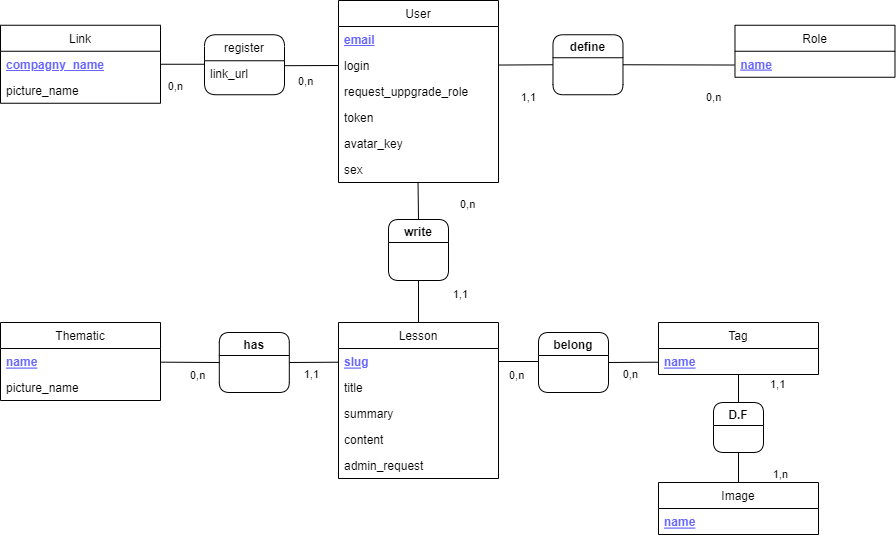
Above: data/MCD.drawio.png in aviateur22/mylesson_v2_back (draw.io), before the change. Source tidied: cells renumbered, new cells last; positions are measured from the earlier drawing's top-left corner, leaving out a move shared by most shapes.
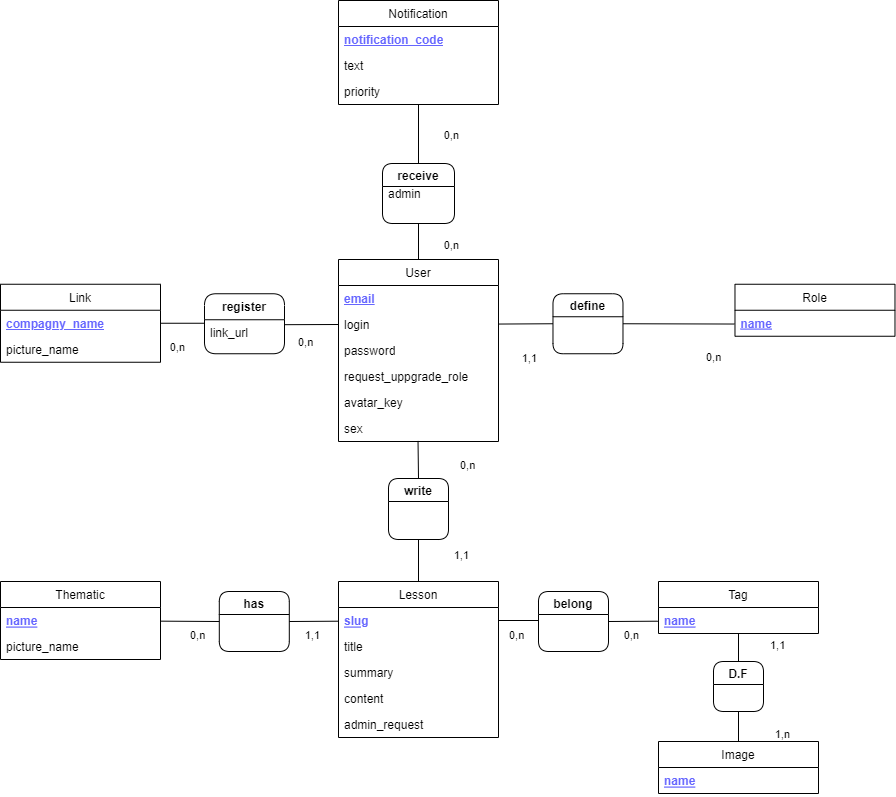
After the commit.

Change to the diagram source:
```diff
@@ -11,12 +11,12 @@
     <mxCell id="4" value="login" style="text;strokeColor=none;fillColor=none;align=left;verticalAlign=top;spacingLeft=4;spacingRight=4;overflow=hidden;points=[[0,0.5],[1,0.5]];portConstraint=eastwest;" parent="2" vertex="1">
       <mxGeometry y="52" width="160" height="26" as="geometry" />
     </mxCell>
+    <mxCell id="58" value="&lt;span style=&quot;font-weight: normal&quot;&gt;&lt;font color=&quot;#000000&quot;&gt;password&lt;/font&gt;&lt;/span&gt;" style="text;strokeColor=none;fillColor=none;align=left;verticalAlign=top;spacingLeft=4;spacingRight=4;overflow=hidden;fontStyle=1;fontColor=#6666FF;html=1;strokeWidth=0;" parent="2" vertex="1">
+      <mxGeometry y="78" width="160" height="26" as="geometry" />
+    </mxCell>
     <mxCell id="5" value="request_uppgrade_role" style="text;strokeColor=none;fillColor=none;align=left;verticalAlign=top;spacingLeft=4;spacingRight=4;overflow=hidden;" parent="2" vertex="1">
-      <mxGeometry y="78" width="160" height="26" as="geometry" />
+      <mxGeometry y="104" width="160" height="26" as="geometry" />
     </mxCell>
-    <mxCell id="6" value="token" style="text;strokeColor=none;fillColor=none;align=left;verticalAlign=top;spacingLeft=4;spacingRight=4;overflow=hidden;" parent="2" vertex="1">
-      <mxGeometry y="104" width="160" height="26" as="geometry" />
-    </mxCell>
     <mxCell id="7" value="avatar_key" style="text;strokeColor=none;fillColor=none;align=left;verticalAlign=top;spacingLeft=4;spacingRight=4;overflow=hidden;" parent="2" vertex="1">
       <mxGeometry y="130" width="160" height="26" as="geometry" />
     </mxCell>
@@ -147,7 +147,7 @@
     <mxCell id="43" value="picture_name" style="text;strokeColor=none;fillColor=none;align=left;verticalAlign=top;spacingLeft=4;spacingRight=4;overflow=hidden;" parent="41" vertex="1">
       <mxGeometry y="52" width="160" height="26" as="geometry" />
     </mxCell>
-    <mxCell id="44" value="register" style="swimlane;fontStyle=0;horizontal=1;startSize=26;rounded=1;" parent="1" vertex="1">
+    <mxCell id="44" value="register" style="swimlane;fontStyle=1;horizontal=1;startSize=26;rounded=1;" parent="1" vertex="1">
       <mxGeometry x="204" y="34.2" width="80" height="60" as="geometry" />
     </mxCell>
     <mxCell id="45" value="link_url" style="text;strokeColor=none;fillColor=none;align=left;verticalAlign=top;spacingLeft=4;spacingRight=4;overflow=hidden;points=[[0,0.5],[1,0.5]];portConstraint=eastwest;" parent="44" vertex="1">
@@ -203,5 +203,35 @@
     <mxCell id="57" value="has" style="swimlane;rounded=1;" parent="1" vertex="1">
       <mxGeometry x="218.8" y="332" width="70" height="60" as="geometry" />
     </mxCell>
+    <mxCell id="59" value="Notification" style="swimlane;fontStyle=0;horizontal=1;startSize=26;" parent="1" vertex="1">
+      <mxGeometry x="338" y="-259" width="160" height="104" as="geometry" />
+    </mxCell>
+    <mxCell id="60" value="notification_code" style="text;strokeColor=none;fillColor=none;align=left;verticalAlign=top;spacingLeft=4;spacingRight=4;overflow=hidden;fontStyle=5;fontColor=#6666FF;html=1;" parent="59" vertex="1">
+      <mxGeometry y="26" width="160" height="26" as="geometry" />
+    </mxCell>
+    <mxCell id="61" value="text" style="text;strokeColor=none;fillColor=none;align=left;verticalAlign=top;spacingLeft=4;spacingRight=4;overflow=hidden;" parent="59" vertex="1">
+      <mxGeometry y="52" width="160" height="26" as="geometry" />
+    </mxCell>
+    <mxCell id="62" value="priority" style="text;strokeColor=none;fillColor=none;align=left;verticalAlign=top;spacingLeft=4;spacingRight=4;overflow=hidden;" parent="59" vertex="1">
+      <mxGeometry y="78" width="160" height="26" as="geometry" />
+    </mxCell>
+    <mxCell id="63" value="receive" style="swimlane;rounded=1;" parent="1" vertex="1">
+      <mxGeometry x="382" y="-96" width="72" height="60" as="geometry" />
+    </mxCell>
+    <mxCell id="64" value="admin" style="text;strokeColor=none;fillColor=none;align=left;verticalAlign=top;spacingLeft=4;spacingRight=4;overflow=hidden;" parent="63" vertex="1">
+      <mxGeometry y="17" width="60" height="26" as="geometry" />
+    </mxCell>
+    <mxCell id="65" style="endArrow=none;html=1;endFill=0;entryX=0.5;entryY=0;entryDx=0;entryDy=0;exitX=0.5;exitY=1;exitDx=0;exitDy=0;" parent="1" edge="1" source="59" target="63">
+      <mxGeometry relative="1" as="geometry" />
+    </mxCell>
+    <mxCell id="66" style="endArrow=none;html=1;endFill=0;entryX=0.5;entryY=0;entryDx=0;entryDy=0;exitX=0.5;exitY=1;exitDx=0;exitDy=0;" parent="1" edge="1" source="63" target="2">
+      <mxGeometry relative="1" as="geometry" />
+    </mxCell>
+    <mxCell id="67" value="0,n" style="edgeLabel;html=1;align=right;verticalAlign=bottom;" parent="1" vertex="1">
+      <mxGeometry x="458" y="-118" as="geometry" />
+    </mxCell>
+    <mxCell id="68" value="0,n" style="edgeLabel;html=1;align=right;verticalAlign=bottom;" parent="1" vertex="1">
+      <mxGeometry x="458" y="-8" as="geometry" />
+    </mxCell>
   </root>
 </mxGraphModel>
```
